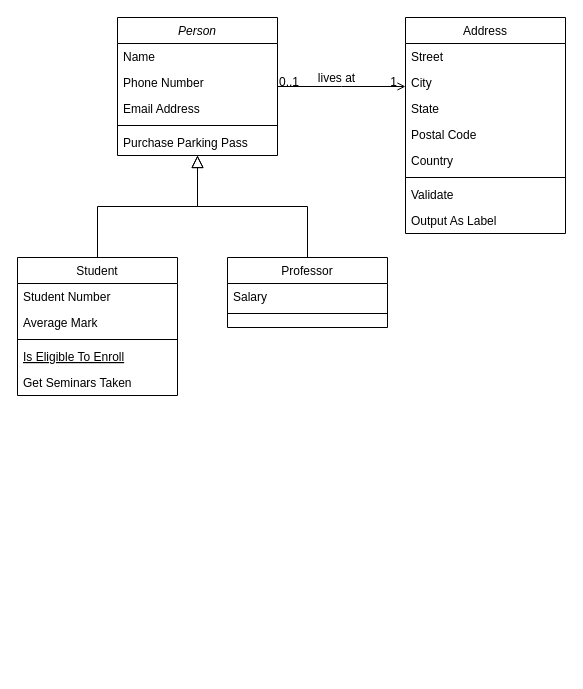
The draw.io diagram Diagrama sem nome.drawio in samorysundjata/Jukebox, before the edit. Source tidied: cells renumbered, new cells numbered last; positions are measured from the earlier drawing's top-left corner, leaving out a move shared by most shapes. Both pictures are drawn from the tidied source at 100%, with x=0, y=0 at pixel (17, 17).
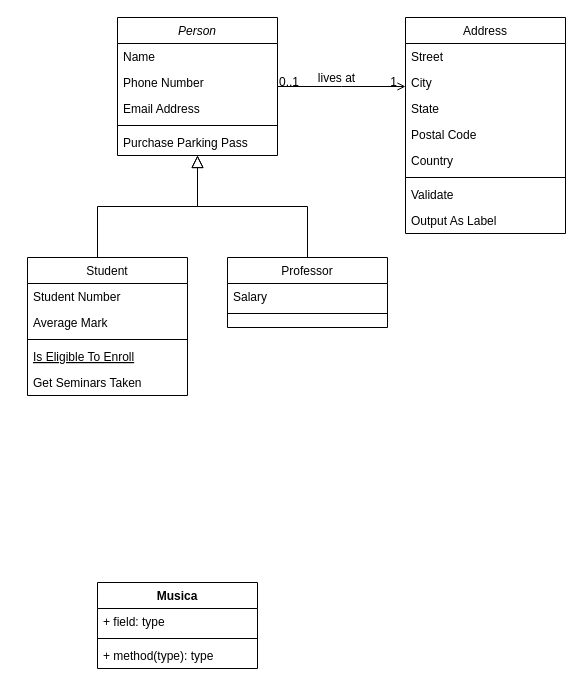
The same diagram, later.

Commit message:
Criando classe musica

The change refers to these unchanged cells:
```xml
<mxCell id="2" value="Person" style="swimlane;fontStyle=2;align=center;verticalAlign=top;horizontal=1;startSize=26;rounded=0;shadow=0;strokeWidth=1;" parent="1" vertex="1">
  <mxGeometry x="100" width="160" height="138" as="geometry" />
</mxCell>
```

Change to the diagram source:
```diff
@@
     <mxCell id="8" value="Student" style="swimlane;fontStyle=0;align=center;verticalAlign=top;horizontal=1;startSize=26;rounded=0;shadow=0;strokeWidth=1;" parent="1" vertex="1">
-      <mxGeometry y="240" width="160" height="138" as="geometry" />
+      <mxGeometry x="10" y="240" width="160" height="138" as="geometry" />
     </mxCell>
@@
-    <mxCell id="14" style="endArrow=block;endSize=10;endFill=0;shadow=0;strokeWidth=1;rounded=0;edgeStyle=elbowEdgeStyle;elbow=vertical;" parent="1" edge="1" source="8" target="2">
-      <mxGeometry relative="1" as="geometry" />
+    <mxCell id="14" style="endArrow=block;endSize=10;endFill=0;shadow=0;strokeWidth=1;rounded=0;edgeStyle=elbowEdgeStyle;elbow=vertical;" parent="1" edge="1" target="2">
+      <mxGeometry relative="1" as="geometry">
+        <mxPoint x="80" y="240" as="sourcePoint" />
+      </mxGeometry>
     </mxCell>
@@
+    <mxCell id="32" value="Musica&#10;" style="swimlane;fontStyle=1;align=center;verticalAlign=top;horizontal=1;startSize=26;" parent="1" vertex="1">
+      <mxGeometry x="80" y="565" width="160" height="86" as="geometry" />
+    </mxCell>
+    <mxCell id="33" value="+ field: type" style="text;strokeColor=none;fillColor=none;align=left;verticalAlign=top;spacingLeft=4;spacingRight=4;overflow=hidden;" parent="32" vertex="1">
+      <mxGeometry y="26" width="160" height="26" as="geometry" />
+    </mxCell>
+    <mxCell id="34" style="line;strokeWidth=1;fillColor=none;align=left;verticalAlign=middle;spacingTop=-1;spacingLeft=3;spacingRight=3;labelPosition=right;strokeColor=inherit;" parent="32" vertex="1">
+      <mxGeometry y="52" width="160" height="8" as="geometry" />
+    </mxCell>
+    <mxCell id="35" value="+ method(type): type" style="text;strokeColor=none;fillColor=none;align=left;verticalAlign=top;spacingLeft=4;spacingRight=4;overflow=hidden;" parent="32" vertex="1">
+      <mxGeometry y="60" width="160" height="26" as="geometry" />
+    </mxCell>
```
